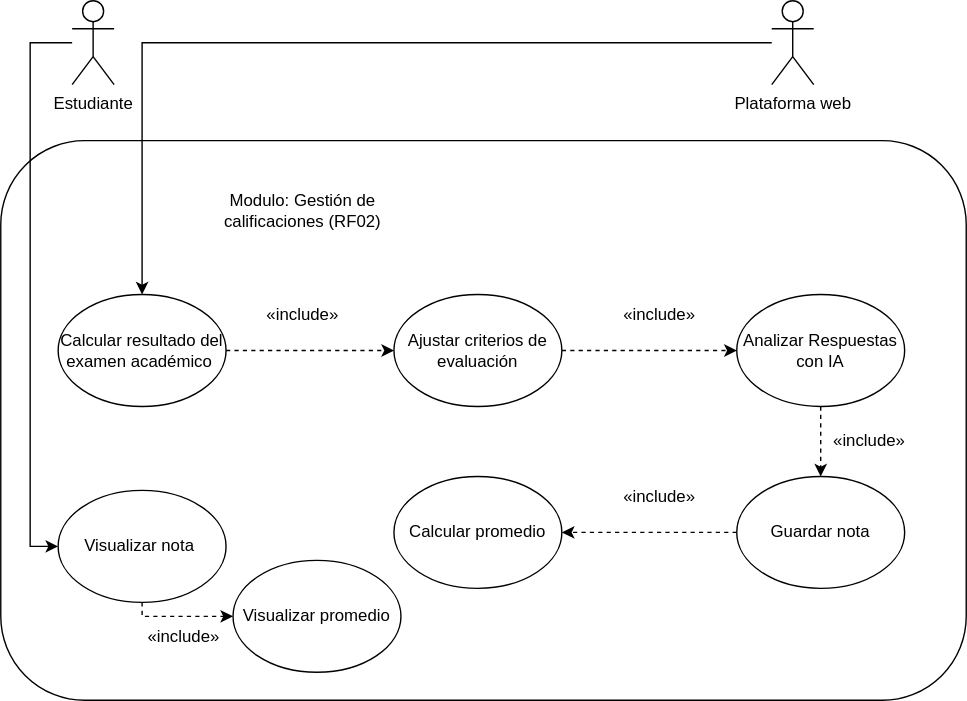
Before: docs/diagrams/usecases/UCD-gestionDeCalificaciones.svg, a diagram exported from draw.io (Juanb7737/calificia). Source tidied: cells renumbered, new cells last; positions are measured from the earlier drawing's top-left corner, leaving out a move shared by most shapes.
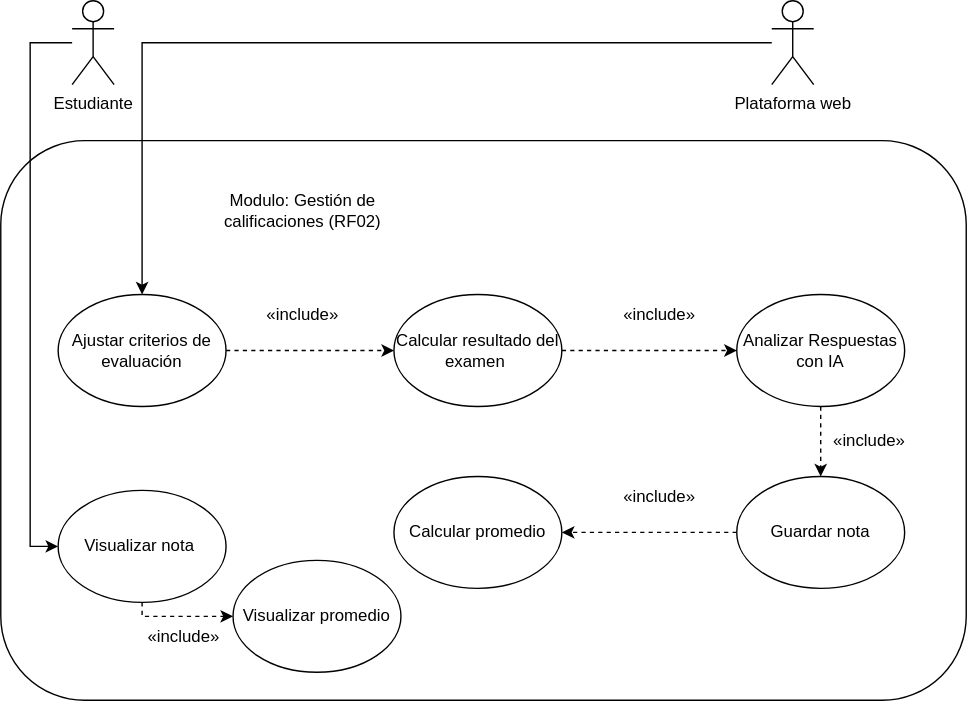
Above is the later version.

Change to the diagram source:
```diff
@@ -8,7 +8,7 @@
     <mxCell id="3" style="edgeStyle=orthogonalEdgeStyle;rounded=0;jettySize=auto;html=1;exitX=1;exitY=0.5;exitDx=0;exitDy=0;dashed=1;" parent="1" edge="1" source="4" target="8">
       <mxGeometry relative="1" as="geometry" />
     </mxCell>
-    <mxCell id="4" value="Calcular resultado del examen académico&amp;nbsp;" style="ellipse;whiteSpace=wrap;html=1;" parent="1" vertex="1">
+    <mxCell id="4" value="Ajustar criterios de evaluación" style="ellipse;whiteSpace=wrap;html=1;" parent="1" vertex="1">
       <mxGeometry x="41" y="210" width="120" height="80" as="geometry" />
     </mxCell>
     <mxCell id="5" style="edgeStyle=orthogonalEdgeStyle;rounded=0;jettySize=auto;html=1;entryX=0.5;entryY=0;entryDx=0;entryDy=0;dashed=1;" parent="1" edge="1" source="6" target="17">
@@ -20,7 +20,7 @@
     <mxCell id="7" style="edgeStyle=orthogonalEdgeStyle;rounded=0;jettySize=auto;html=1;entryX=0;entryY=0.5;entryDx=0;entryDy=0;dashed=1;" parent="1" edge="1" source="8" target="6">
       <mxGeometry relative="1" as="geometry" />
     </mxCell>
-    <mxCell id="8" value="Ajustar criterios de evaluación" style="ellipse;whiteSpace=wrap;html=1;" parent="1" vertex="1">
+    <mxCell id="8" value="Calcular resultado del examen&amp;nbsp;" style="ellipse;whiteSpace=wrap;html=1;" parent="1" vertex="1">
       <mxGeometry x="281" y="210" width="120" height="80" as="geometry" />
     </mxCell>
     <mxCell id="9" style="edgeStyle=orthogonalEdgeStyle;rounded=0;jettySize=auto;html=1;entryX=0;entryY=0.5;entryDx=0;entryDy=0;dashed=1;" parent="1" edge="1" source="10" target="23">
```
